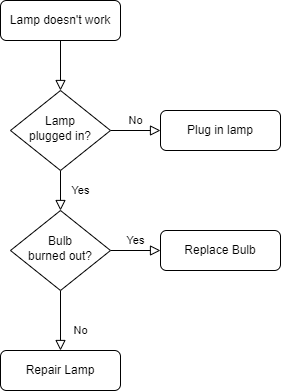
Above: FlowChart.drawio.png in 702ado/What-the-dog-doin (draw.io), before the change. Source tidied: cells renumbered, new cells last; positions are measured from the earlier drawing's top-left corner, leaving out a move shared by most shapes.
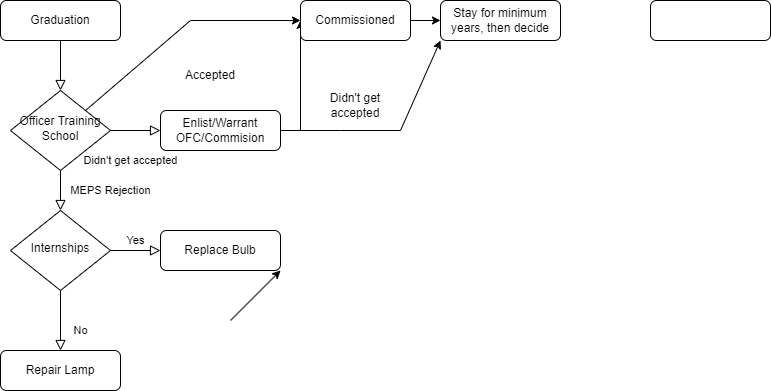
Above is the later version.

Change to the diagram source:
```diff
@@ -5,19 +5,19 @@
     <mxCell id="2" style="rounded=0;html=1;jettySize=auto;fontSize=11;endArrow=block;endFill=0;endSize=8;strokeWidth=1;shadow=0;labelBackgroundColor=none;edgeStyle=orthogonalEdgeStyle;" parent="1" edge="1" source="3" target="6">
       <mxGeometry relative="1" as="geometry" />
     </mxCell>
-    <mxCell id="3" value="Lamp doesn't work" style="rounded=1;whiteSpace=wrap;html=1;fontSize=12;glass=0;strokeWidth=1;shadow=0;" parent="1" vertex="1">
+    <mxCell id="3" value="Graduation" style="rounded=1;whiteSpace=wrap;html=1;fontSize=12;glass=0;strokeWidth=1;shadow=0;" parent="1" vertex="1">
       <mxGeometry width="120" height="40" as="geometry" />
     </mxCell>
-    <mxCell id="4" value="Yes" style="rounded=0;html=1;jettySize=auto;fontSize=11;endArrow=block;endFill=0;endSize=8;strokeWidth=1;shadow=0;labelBackgroundColor=none;edgeStyle=orthogonalEdgeStyle;" parent="1" edge="1" source="6" target="10">
-      <mxGeometry y="20" relative="1" as="geometry" />
+    <mxCell id="4" value="MEPS Rejection" style="rounded=0;html=1;jettySize=auto;fontSize=11;endArrow=block;endFill=0;endSize=8;strokeWidth=1;shadow=0;labelBackgroundColor=none;edgeStyle=orthogonalEdgeStyle;" parent="1" edge="1" source="6" target="10">
+      <mxGeometry y="50" relative="1" as="geometry" />
     </mxCell>
-    <mxCell id="5" value="No" style="edgeStyle=orthogonalEdgeStyle;rounded=0;html=1;jettySize=auto;fontSize=11;endArrow=block;endFill=0;endSize=8;strokeWidth=1;shadow=0;labelBackgroundColor=none;" parent="1" edge="1" source="6" target="7">
-      <mxGeometry y="10" relative="1" as="geometry" />
+    <mxCell id="5" value="Didn't get accepted" style="edgeStyle=orthogonalEdgeStyle;rounded=0;html=1;jettySize=auto;fontSize=11;endArrow=block;endFill=0;endSize=8;strokeWidth=1;shadow=0;labelBackgroundColor=none;" parent="1" edge="1" source="6" target="7">
+      <mxGeometry x="-0.2" y="-30" relative="1" as="geometry" />
     </mxCell>
-    <mxCell id="6" value="Lamp&lt;br&gt;plugged in?" style="rhombus;whiteSpace=wrap;html=1;shadow=0;fontFamily=Helvetica;fontSize=12;align=center;strokeWidth=1;spacing=6;spacingTop=-4;" parent="1" vertex="1">
+    <mxCell id="6" value="Officer Training School" style="rhombus;whiteSpace=wrap;html=1;shadow=0;fontFamily=Helvetica;fontSize=12;align=center;strokeWidth=1;spacing=6;spacingTop=-4;" parent="1" vertex="1">
       <mxGeometry x="10" y="90" width="100" height="80" as="geometry" />
     </mxCell>
-    <mxCell id="7" value="Plug in lamp" style="rounded=1;whiteSpace=wrap;html=1;fontSize=12;glass=0;strokeWidth=1;shadow=0;" parent="1" vertex="1">
+    <mxCell id="7" value="Enlist/Warrant OFC/Commision" style="rounded=1;whiteSpace=wrap;html=1;fontSize=12;glass=0;strokeWidth=1;shadow=0;" parent="1" vertex="1">
       <mxGeometry x="160" y="110" width="120" height="40" as="geometry" />
     </mxCell>
     <mxCell id="8" value="No" style="rounded=0;html=1;jettySize=auto;fontSize=11;endArrow=block;endFill=0;endSize=8;strokeWidth=1;shadow=0;labelBackgroundColor=none;edgeStyle=orthogonalEdgeStyle;" parent="1" edge="1" source="10" target="11">
@@ -26,7 +26,7 @@
     <mxCell id="9" value="Yes" style="edgeStyle=orthogonalEdgeStyle;rounded=0;html=1;jettySize=auto;fontSize=11;endArrow=block;endFill=0;endSize=8;strokeWidth=1;shadow=0;labelBackgroundColor=none;" parent="1" edge="1" source="10" target="12">
       <mxGeometry y="10" relative="1" as="geometry" />
     </mxCell>
-    <mxCell id="10" value="Bulb&lt;br&gt;burned out?" style="rhombus;whiteSpace=wrap;html=1;shadow=0;fontFamily=Helvetica;fontSize=12;align=center;strokeWidth=1;spacing=6;spacingTop=-4;" parent="1" vertex="1">
+    <mxCell id="10" value="Internships" style="rhombus;whiteSpace=wrap;html=1;shadow=0;fontFamily=Helvetica;fontSize=12;align=center;strokeWidth=1;spacing=6;spacingTop=-4;" parent="1" vertex="1">
       <mxGeometry x="10" y="210" width="100" height="80" as="geometry" />
     </mxCell>
     <mxCell id="11" value="Repair Lamp" style="rounded=1;whiteSpace=wrap;html=1;fontSize=12;glass=0;strokeWidth=1;shadow=0;" parent="1" vertex="1">
@@ -35,5 +35,51 @@
     <mxCell id="12" value="Replace Bulb" style="rounded=1;whiteSpace=wrap;html=1;fontSize=12;glass=0;strokeWidth=1;shadow=0;" parent="1" vertex="1">
       <mxGeometry x="160" y="230" width="120" height="40" as="geometry" />
     </mxCell>
+    <mxCell id="13" style="endArrow=classic;html=1;rounded=0;exitX=1;exitY=0.5;exitDx=0;exitDy=0;entryX=0;entryY=0.5;entryDx=0;entryDy=0;" parent="1" edge="1" source="7" target="14">
+      <mxGeometry relative="1" as="geometry">
+        <Array as="points">
+          <mxPoint x="300" y="130" />
+        </Array>
+      </mxGeometry>
+    </mxCell>
+    <mxCell id="14" value="Commissioned" style="rounded=1;whiteSpace=wrap;html=1;" parent="1" vertex="1">
+      <mxGeometry x="300" width="110" height="40" as="geometry" />
+    </mxCell>
+    <mxCell id="15" style="endArrow=classic;html=1;rounded=0;exitX=1;exitY=0;exitDx=0;exitDy=0;entryX=0;entryY=0.5;entryDx=0;entryDy=0;" parent="1" edge="1" source="6" target="14">
+      <mxGeometry relative="1" as="geometry">
+        <Array as="points">
+          <mxPoint x="190" y="20" />
+        </Array>
+      </mxGeometry>
+    </mxCell>
+    <mxCell id="16" value="Accepted" style="text;html=1;strokeColor=none;fillColor=none;align=center;verticalAlign=middle;whiteSpace=wrap;rounded=0;" parent="1" vertex="1">
+      <mxGeometry x="180" y="60" width="60" height="30" as="geometry" />
+    </mxCell>
+    <mxCell id="17" style="endArrow=classic;html=1;rounded=0;exitX=1;exitY=0.5;exitDx=0;exitDy=0;" parent="1" edge="1" source="14" target="18">
+      <mxGeometry relative="1" as="geometry" />
+    </mxCell>
+    <mxCell id="18" value="Stay for minimum years, then decide" style="rounded=1;whiteSpace=wrap;html=1;" parent="1" vertex="1">
+      <mxGeometry x="440" width="120" height="40" as="geometry" />
+    </mxCell>
+    <mxCell id="19" style="endArrow=classic;html=1;rounded=0;exitX=1;exitY=0.5;exitDx=0;exitDy=0;entryX=0;entryY=1;entryDx=0;entryDy=0;" parent="1" edge="1" source="7" target="18">
+      <mxGeometry relative="1" as="geometry">
+        <Array as="points">
+          <mxPoint x="340" y="130" />
+          <mxPoint x="400" y="130" />
+        </Array>
+      </mxGeometry>
+    </mxCell>
+    <mxCell id="20" value="Didn't get accepted" style="text;html=1;strokeColor=none;fillColor=none;align=center;verticalAlign=middle;whiteSpace=wrap;rounded=0;" parent="1" vertex="1">
+      <mxGeometry x="325" y="90" width="60" height="30" as="geometry" />
+    </mxCell>
+    <mxCell id="21" style="rounded=1;whiteSpace=wrap;html=1;" parent="1" vertex="1">
+      <mxGeometry x="650" width="120" height="40" as="geometry" />
+    </mxCell>
+    <mxCell id="22" style="endArrow=classic;html=1;rounded=0;" parent="1" edge="1">
+      <mxGeometry relative="1" as="geometry">
+        <mxPoint x="230" y="320" as="sourcePoint" />
+        <mxPoint x="280" y="270" as="targetPoint" />
+      </mxGeometry>
+    </mxCell>
   </root>
 </mxGraphModel>
```
